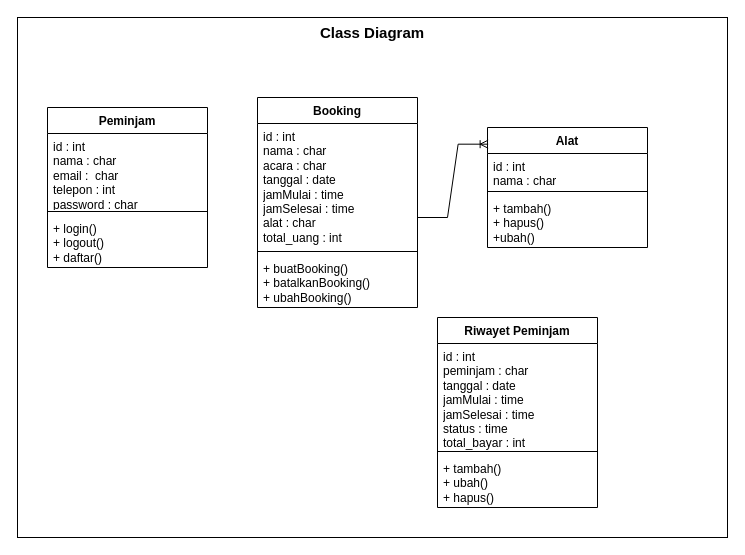
The draw.io diagram page "Class-diagram" (3 of 4) of alur-bisnis.drawio in ZulpaAgustin/BookNow, before the edit. Source tidied: cells renumbered, new cells numbered last; positions are measured from the earlier drawing's top-left corner, leaving out a move shared by most shapes. Both pictures are drawn from the tidied source at 100%, with x=0, y=0 at pixel (17, 17).
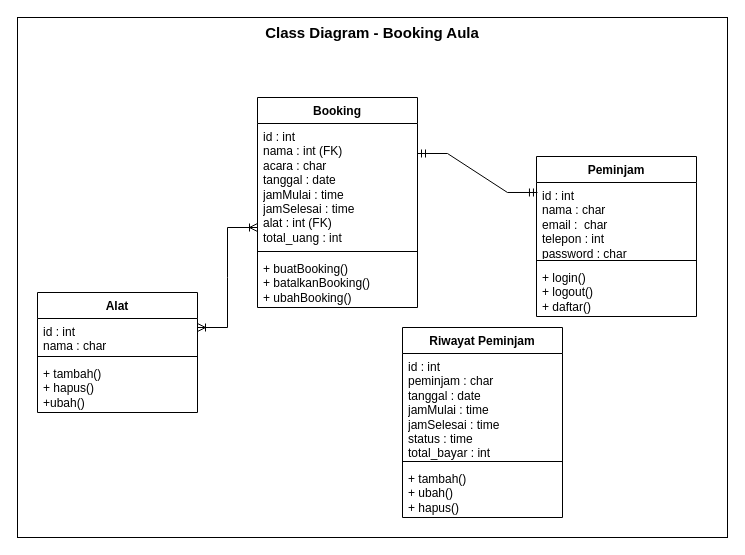
The same page after the edit.

Unchanged cells that the change refers to:
```xml
<mxCell id="4" value="id : int&lt;div&gt;nama : char&lt;/div&gt;&lt;div&gt;email :&amp;nbsp; char&lt;/div&gt;&lt;div&gt;telepon : int&lt;/div&gt;&lt;div&gt;password : char&lt;/div&gt;" style="text;strokeColor=none;fillColor=none;align=left;verticalAlign=top;spacingLeft=4;spacingRight=4;overflow=hidden;points=[[0,0.5],[1,0.5]];portConstraint=eastwest;whiteSpace=wrap;html=1;" parent="3" vertex="1">
  <mxGeometry y="26" width="160" height="74" as="geometry" />
</mxCell>
<mxCell id="7" value="Booking" style="swimlane;fontStyle=1;align=center;verticalAlign=top;horizontal=1;startSize=26;whiteSpace=wrap;html=1;" parent="1" vertex="1">
  <mxGeometry x="240" y="80" width="160" height="210" as="geometry" />
</mxCell>
```

The edit, as a diff of the source:
```diff
@@
-    <mxCell id="2" value="Class Diagram" style="rounded=0;whiteSpace=wrap;html=1;verticalAlign=top;fontStyle=1;fontSize=15;" parent="1" vertex="1">
+    <mxCell id="2" value="Class Diagram - Booking Aula" style="rounded=0;whiteSpace=wrap;html=1;verticalAlign=top;fontStyle=1;fontSize=15;" parent="1" vertex="1">
       <mxGeometry width="710" height="520" as="geometry" />
     </mxCell>
     <mxCell id="3" value="Peminjam" style="swimlane;fontStyle=1;align=center;verticalAlign=top;horizontal=1;startSize=26;whiteSpace=wrap;html=1;" parent="1" vertex="1">
-      <mxGeometry x="30" y="90" width="160" height="160" as="geometry" />
+      <mxGeometry x="519" y="139" width="160" height="160" as="geometry" />
     </mxCell>
@@
-    <mxCell id="8" value="id : int&lt;div&gt;nama : char&lt;/div&gt;&lt;div&gt;acara : char&lt;/div&gt;&lt;div&gt;tanggal : date&lt;/div&gt;&lt;div&gt;jamMulai : time&lt;/div&gt;&lt;div&gt;jamSelesai : time&lt;/div&gt;&lt;div&gt;alat : char&lt;/div&gt;&lt;div&gt;total_uang : int&lt;/div&gt;" style="text;strokeColor=none;fillColor=none;align=left;verticalAlign=top;spacingLeft=4;spacingRight=4;overflow=hidden;points=[[0,0.5],[1,0.5]];portConstraint=eastwest;whiteSpace=wrap;html=1;" parent="7" vertex="1">
+    <mxCell id="8" value="id : int&lt;div&gt;nama : int (FK)&lt;/div&gt;&lt;div&gt;acara : char&lt;/div&gt;&lt;div&gt;tanggal : date&lt;/div&gt;&lt;div&gt;jamMulai : time&lt;/div&gt;&lt;div&gt;jamSelesai : time&lt;/div&gt;&lt;div&gt;alat : int (FK)&lt;/div&gt;&lt;div&gt;total_uang : int&lt;/div&gt;" style="text;strokeColor=none;fillColor=none;align=left;verticalAlign=top;spacingLeft=4;spacingRight=4;overflow=hidden;points=[[0,0.5],[1,0.5]];portConstraint=eastwest;whiteSpace=wrap;html=1;" parent="7" vertex="1">
       <mxGeometry y="26" width="160" height="124" as="geometry" />
     </mxCell>
@@
     <mxCell id="11" value="Alat" style="swimlane;fontStyle=1;align=center;verticalAlign=top;horizontal=1;startSize=26;whiteSpace=wrap;html=1;" parent="1" vertex="1">
-      <mxGeometry x="470" y="110" width="160" height="120" as="geometry" />
+      <mxGeometry x="20" y="275" width="160" height="120" as="geometry" />
     </mxCell>
@@
-    <mxCell id="15" style="edgeStyle=entityRelationEdgeStyle;fontSize=12;html=1;endArrow=ERoneToMany;rounded=0;entryX=0.004;entryY=0.139;entryDx=0;entryDy=0;entryPerimeter=0;" parent="1" edge="1" target="11">
-      <mxGeometry relative="1" as="geometry">
-        <mxPoint x="400" y="200" as="sourcePoint" />
-        <Array as="points">
-          <mxPoint x="450" y="250" />
-          <mxPoint x="380" y="230" />
-          <mxPoint x="400" y="240" />
-        </Array>
-      </mxGeometry>
-    </mxCell>
-    <mxCell id="16" value="Riwayet Peminjam" style="swimlane;fontStyle=1;align=center;verticalAlign=top;horizontal=1;startSize=26;whiteSpace=wrap;html=1;" parent="1" vertex="1">
-      <mxGeometry x="420" y="300" width="160" height="190" as="geometry" />
+    <mxCell id="16" value="Riwayat Peminjam" style="swimlane;fontStyle=1;align=center;verticalAlign=top;horizontal=1;startSize=26;whiteSpace=wrap;html=1;" parent="1" vertex="1">
+      <mxGeometry x="385" y="310" width="160" height="190" as="geometry" />
     </mxCell>
@@
+    <mxCell id="20" style="edgeStyle=entityRelationEdgeStyle;fontSize=12;html=1;endArrow=ERmandOne;startArrow=ERmandOne;rounded=0;entryX=0.006;entryY=0.135;entryDx=0;entryDy=0;entryPerimeter=0;exitX=1;exitY=0.242;exitDx=0;exitDy=0;exitPerimeter=0;" parent="1" edge="1" source="8" target="4">
+      <mxGeometry relative="1" as="geometry">
+        <Array as="points">
+          <mxPoint x="460" y="240" />
+          <mxPoint x="460" y="240" />
+        </Array>
+      </mxGeometry>
+    </mxCell>
+    <mxCell id="21" style="edgeStyle=entityRelationEdgeStyle;fontSize=12;html=1;endArrow=ERoneToMany;startArrow=ERoneToMany;rounded=0;" parent="1" edge="1">
+      <mxGeometry relative="1" as="geometry">
+        <mxPoint x="180" y="310" as="sourcePoint" />
+        <mxPoint x="240" y="210" as="targetPoint" />
+        <Array as="points">
+          <mxPoint x="340" y="320" />
+          <mxPoint x="280" y="320" />
+        </Array>
+      </mxGeometry>
+    </mxCell>
```
